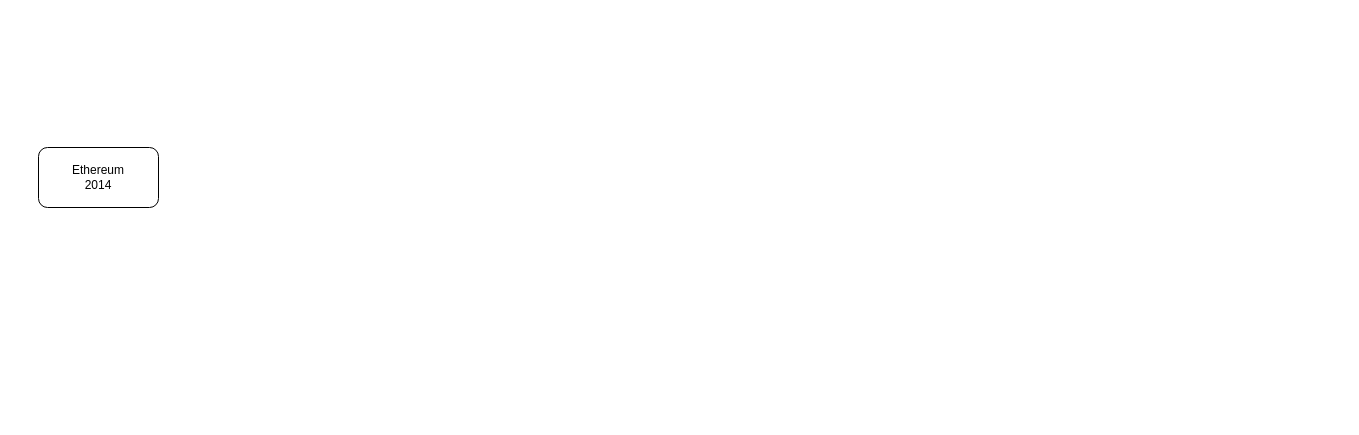
This is CES2025.drawio from AlejandroDAvidz/AlejandroDAvidz, a draw.io file, before an edit. Source tidied: cells renumbered, new cells numbered last; positions are measured from the earlier drawing's top-left corner, leaving out a move shared by most shapes. Both pictures are drawn from the tidied source at 100%, with x=0, y=0 at pixel (38, 147).
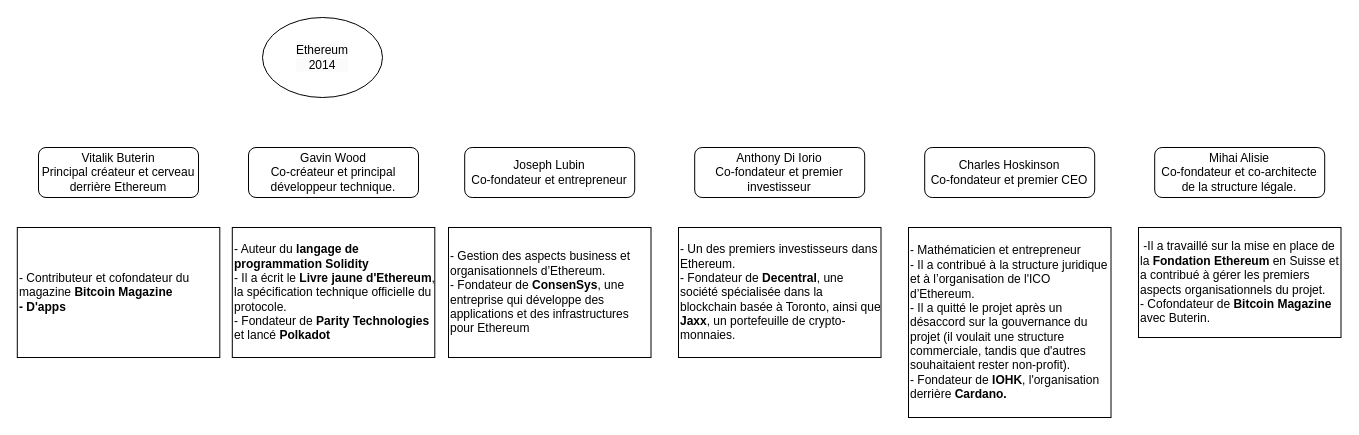
After the change.

Commit message (it also covers changes not shown here):
Mettre à jour CES2025.drawio

Diff of the diagram source:
```diff
@@
 <mxGraphModel>
   <root>
     <mxCell id="0" />
     <mxCell id="1" parent="0" />
-    <mxCell id="2" value="Ethereum&lt;div&gt;2014&lt;/div&gt;" style="rounded=1;whiteSpace=wrap;html=1;" parent="1" vertex="1">
-      <mxGeometry width="120" height="60" as="geometry" />
+    <mxCell id="2" value="Vitalik Buterin&lt;br&gt;&lt;div&gt;Principal créateur et cerveau derrière Ethereum&lt;br&gt;&lt;/div&gt;" style="rounded=1;whiteSpace=wrap;html=1;" parent="1" vertex="1">
+      <mxGeometry width="160" height="50" as="geometry" />
     </mxCell>
+    <mxCell id="3" value="&lt;span style=&quot;color: rgb(0, 0, 0); font-family: Helvetica; font-size: 12px; font-style: normal; font-variant-ligatures: normal; font-variant-caps: normal; font-weight: 400; letter-spacing: normal; orphans: 2; text-align: center; text-indent: 0px; text-transform: none; widows: 2; word-spacing: 0px; -webkit-text-stroke-width: 0px; white-space: normal; background-color: rgb(251, 251, 251); text-decoration-thickness: initial; text-decoration-style: initial; text-decoration-color: initial; display: inline !important; float: none;&quot;&gt;Ethereum&lt;/span&gt;&lt;div style=&quot;forced-color-adjust: none; color: rgb(0, 0, 0); font-family: Helvetica; font-size: 12px; font-style: normal; font-variant-ligatures: normal; font-variant-caps: normal; font-weight: 400; letter-spacing: normal; orphans: 2; text-align: center; text-indent: 0px; text-transform: none; widows: 2; word-spacing: 0px; -webkit-text-stroke-width: 0px; white-space: normal; background-color: rgb(251, 251, 251); text-decoration-thickness: initial; text-decoration-style: initial; text-decoration-color: initial;&quot;&gt;2014&lt;/div&gt;" style="ellipse;whiteSpace=wrap;html=1;" parent="1" vertex="1">
+      <mxGeometry x="224" y="-130" width="120" height="80" as="geometry" />
+    </mxCell>
+    <mxCell id="4" value="Gavin Wood&lt;div&gt;Co-créateur et principal développeur technique.&lt;br&gt;&lt;/div&gt;" style="rounded=1;whiteSpace=wrap;html=1;" parent="1" vertex="1">
+      <mxGeometry x="210" width="170" height="50" as="geometry" />
+    </mxCell>
+    <mxCell id="5" value="&lt;span style=&quot;background-color: initial;&quot;&gt;- Auteur du &lt;/span&gt;&lt;strong style=&quot;background-color: initial;&quot;&gt;langage de programmation Solidity&lt;/strong&gt;&lt;span style=&quot;background-color: initial;&quot;&gt;&amp;nbsp;&lt;/span&gt;&lt;br&gt;&lt;span style=&quot;background-color: initial;&quot;&gt;- Il a écrit le &lt;/span&gt;&lt;strong style=&quot;background-color: initial;&quot;&gt;Livre jaune d'Ethereum&lt;/strong&gt;&lt;span style=&quot;background-color: initial;&quot;&gt;, la spécification technique officielle du protocole.&lt;/span&gt;&lt;div&gt;&lt;span style=&quot;background-color: initial;&quot;&gt;- Fondateur de&amp;nbsp;&lt;/span&gt;&lt;strong style=&quot;background-color: initial;&quot;&gt;Parity Technologies&lt;/strong&gt;&lt;span style=&quot;background-color: initial;&quot;&gt; et lancé &lt;/span&gt;&lt;strong style=&quot;background-color: initial;&quot;&gt;Polkadot&lt;/strong&gt;&lt;/div&gt;" style="rounded=0;whiteSpace=wrap;html=1;align=left;" parent="1" vertex="1">
+      <mxGeometry x="193.8" y="80" width="202.5" height="130" as="geometry" />
+    </mxCell>
+    <mxCell id="6" value="- Contributeur et cofondateur du magazine&amp;nbsp;&lt;strong&gt;Bitcoin Magazine&lt;/strong&gt;&lt;div&gt;&lt;strong&gt;- D'apps&lt;/strong&gt;&lt;/div&gt;" style="rounded=0;whiteSpace=wrap;html=1;align=left;" parent="1" vertex="1">
+      <mxGeometry x="-21.2" y="80" width="202.5" height="130" as="geometry" />
+    </mxCell>
+    <mxCell id="7" value="&lt;div&gt;Joseph Lubin&lt;br&gt;&lt;/div&gt;&lt;div&gt;Co-fondateur et entrepreneur&lt;br&gt;&lt;/div&gt;" style="rounded=1;whiteSpace=wrap;html=1;" parent="1" vertex="1">
+      <mxGeometry x="426.2" width="170" height="50" as="geometry" />
+    </mxCell>
+    <mxCell id="8" value="- Gestion des aspects business et organisationnels d’Ethereum.&amp;nbsp;&lt;div&gt;- Fondateur de&amp;nbsp;&lt;strong&gt;ConsenSys&lt;/strong&gt;, une entreprise qui développe des applications et des infrastructures pour Ethereum&lt;br&gt;&lt;/div&gt;" style="rounded=0;whiteSpace=wrap;html=1;align=left;" parent="1" vertex="1">
+      <mxGeometry x="410" y="80" width="202.5" height="130" as="geometry" />
+    </mxCell>
+    <mxCell id="9" value="&lt;div&gt;- Un des premiers investisseurs dans Ethereum.&lt;/div&gt;&lt;div&gt;- Fondateur de&amp;nbsp;&lt;strong&gt;Decentral&lt;/strong&gt;, une société spécialisée dans la blockchain basée à Toronto, ainsi que &lt;strong&gt;Jaxx&lt;/strong&gt;, un portefeuille de crypto-monnaies.&lt;br&gt;&lt;/div&gt;" style="rounded=0;whiteSpace=wrap;html=1;align=left;" parent="1" vertex="1">
+      <mxGeometry x="640" y="80" width="202.5" height="130" as="geometry" />
+    </mxCell>
+    <mxCell id="10" value="&lt;div&gt;Anthony Di Iorio&lt;/div&gt;&lt;div&gt;&lt;span style=&quot;background-color: initial;&quot;&gt;Co-fondateur et premier investisseur&lt;/span&gt;&lt;/div&gt;" style="rounded=1;whiteSpace=wrap;html=1;" parent="1" vertex="1">
+      <mxGeometry x="656.2" width="170" height="50" as="geometry" />
+    </mxCell>
+    <mxCell id="11" value="&lt;div&gt;- Mathématicien et entrepreneur&lt;/div&gt;&lt;div&gt;- Il a contribué à la structure juridique et à l’organisation de l'ICO d’Ethereum.&amp;nbsp;&lt;/div&gt;&lt;div&gt;- Il a quitté le projet après un désaccord sur la gouvernance du projet (il voulait une structure commerciale, tandis que d'autres souhaitaient rester non-profit).&amp;nbsp;&lt;/div&gt;&lt;div&gt;- Fondateur de&amp;nbsp;&lt;strong&gt;IOHK&lt;/strong&gt;, l'organisation derrière &lt;strong&gt;Cardano.&lt;/strong&gt;&lt;br&gt;&lt;/div&gt;" style="rounded=0;whiteSpace=wrap;html=1;align=left;" parent="1" vertex="1">
+      <mxGeometry x="870" y="80" width="202.5" height="190" as="geometry" />
+    </mxCell>
+    <mxCell id="12" value="&lt;div&gt;&amp;nbsp;-Il a travaillé sur la mise en place de la &lt;strong&gt;Fondation Ethereum&lt;/strong&gt; en Suisse et a contribué à gérer les premiers aspects organisationnels du projet.&amp;nbsp;&lt;/div&gt;&lt;div&gt;- Cofondateur de &lt;strong&gt;Bitcoin Magazine&lt;/strong&gt; avec Buterin.&lt;br&gt;&lt;/div&gt;" style="rounded=0;whiteSpace=wrap;html=1;align=left;" parent="1" vertex="1">
+      <mxGeometry x="1100" y="80" width="202.5" height="110" as="geometry" />
+    </mxCell>
+    <mxCell id="13" value="&lt;div&gt;&lt;span style=&quot;background-color: initial;&quot;&gt;Charles Hoskinson&lt;/span&gt;&lt;/div&gt;&lt;div&gt;&lt;span style=&quot;background-color: initial;&quot;&gt;Co-fondateur et premier CEO&lt;/span&gt;&lt;br&gt;&lt;/div&gt;" style="rounded=1;whiteSpace=wrap;html=1;" parent="1" vertex="1">
+      <mxGeometry x="886.2" width="170" height="50" as="geometry" />
+    </mxCell>
+    <mxCell id="14" value="&lt;div&gt;&lt;span style=&quot;background-color: initial;&quot;&gt;Mihai Alisie&lt;/span&gt;&lt;/div&gt;&lt;div&gt;Co-fondateur et co-architecte de la structure légale.&lt;br&gt;&lt;/div&gt;" style="rounded=1;whiteSpace=wrap;html=1;" parent="1" vertex="1">
+      <mxGeometry x="1116.2" width="170" height="50" as="geometry" />
+    </mxCell>
   </root>
 </mxGraphModel>
```
